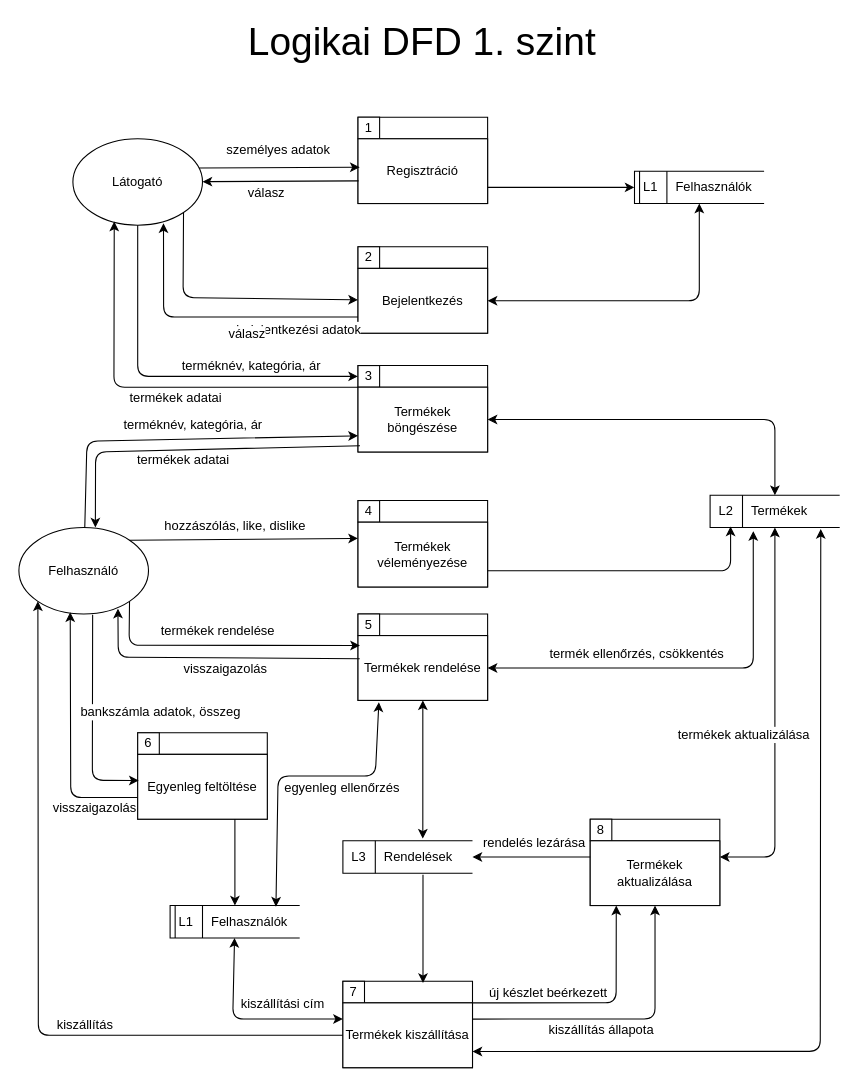
Before: page "Logikai 1.szint" (1 of 4) of WebShop/Dokumentáció/DFD_all.drawio in szecsenyiferenc/adatbazisalapu-rendszerek, a draw.io diagram. Source tidied: cells renumbered, new cells numbered last; positions are measured from the earlier drawing's top-left corner, leaving out a move shared by most shapes. Both pictures are drawn from the tidied source at 108%, with x=0, y=0 at pixel (18, 19).
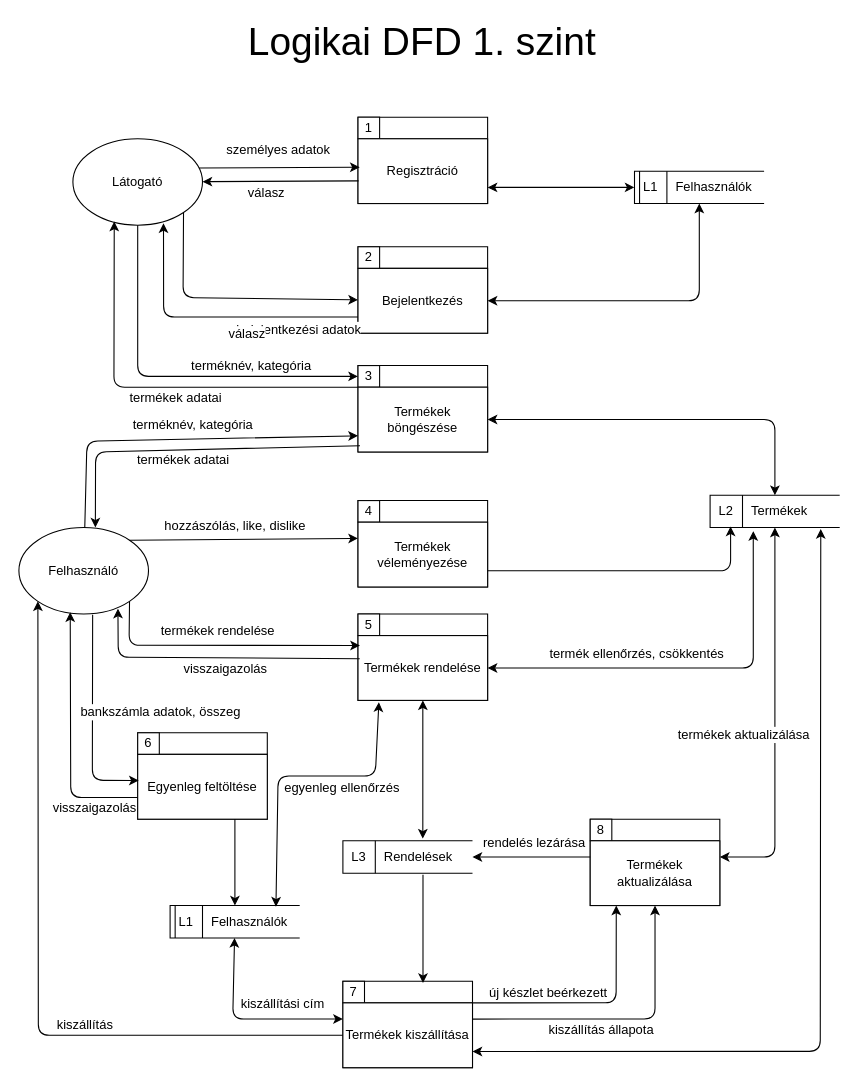
The same page after the edit.

The change refers to these unchanged cells:
```xml
<mxCell id="7" value="Regisztráció" style="rounded=0;whiteSpace=wrap;html=1;fontSize=12;" parent="4" vertex="1">
  <mxGeometry y="20" width="120" height="60" as="geometry" />
</mxCell>
<mxCell id="54" style="endArrow=classic;html=1;fontSize=12;exitX=0.5;exitY=1;exitDx=0;exitDy=0;entryX=0;entryY=0.5;entryDx=0;entryDy=0;" parent="1" edge="1" source="43" target="16">
  <mxGeometry relative="1" as="geometry">
    <Array as="points">
      <mxPoint x="110" y="330" />
    </Array>
  </mxGeometry>
</mxCell>
<mxCell id="58" style="endArrow=classic;html=1;fontSize=12;entryX=0;entryY=0.75;entryDx=0;entryDy=0;" parent="1" edge="1" source="56" target="17">
  <mxGeometry relative="1" as="geometry">
    <Array as="points">
      <mxPoint x="63" y="390" />
    </Array>
  </mxGeometry>
</mxCell>
<mxCell id="80" value="&amp;nbsp;L1&amp;nbsp; &amp;nbsp; &amp;nbsp;Felhasználók" style="html=1;dashed=0;whitespace=wrap;shape=mxgraph.dfd.dataStoreID;align=left;spacingLeft=3;points=[[0,0],[0.5,0],[1,0],[0,0.5],[1,0.5],[0,1],[0.5,1],[1,1]];fontSize=12;" parent="79" vertex="1">
  <mxGeometry width="120" height="30" as="geometry" />
</mxCell>
```

Diff of the diagram source:
```diff
@@
-    <mxCell id="48" style="endArrow=classic;html=1;fontSize=12;exitX=1;exitY=0.75;exitDx=0;exitDy=0;entryX=0;entryY=0.5;entryDx=0;entryDy=0;" parent="1" edge="1" source="7" target="80">
+    <mxCell id="48" style="endArrow=classic;html=1;fontSize=12;exitX=1;exitY=0.75;exitDx=0;exitDy=0;entryX=0;entryY=0.5;entryDx=0;entryDy=0;startArrow=classic;startFill=1;" parent="1" edge="1" source="7" target="80">
       <mxGeometry relative="1" as="geometry" />
     </mxCell>
@@
-    <mxCell id="55" value="terméknév, kategória, ár" style="text;html=1;align=center;verticalAlign=middle;labelBackgroundColor=#ffffff;fontSize=12;" parent="54" vertex="1">
+    <mxCell id="55" value="terméknév, kategória" style="text;html=1;align=center;verticalAlign=middle;labelBackgroundColor=#ffffff;fontSize=12;" parent="54" vertex="1">
       <mxGeometry x="-0.04" y="18" relative="1" as="geometry">
         <mxPoint x="79.3" y="8" as="offset" />
       </mxGeometry>
     </mxCell>
@@
-    <mxCell id="59" value="terméknév, kategória, ár" style="text;html=1;align=center;verticalAlign=middle;labelBackgroundColor=#ffffff;fontSize=12;rotation=0;" parent="58" vertex="1">
+    <mxCell id="59" value="terméknév, kategória" style="text;html=1;align=center;verticalAlign=middle;labelBackgroundColor=#ffffff;fontSize=12;rotation=0;" parent="58" vertex="1">
       <mxGeometry x="-0.26" y="-2" relative="1" as="geometry">
         <mxPoint x="55.3" y="-16.9" as="offset" />
       </mxGeometry>
     </mxCell>
```
